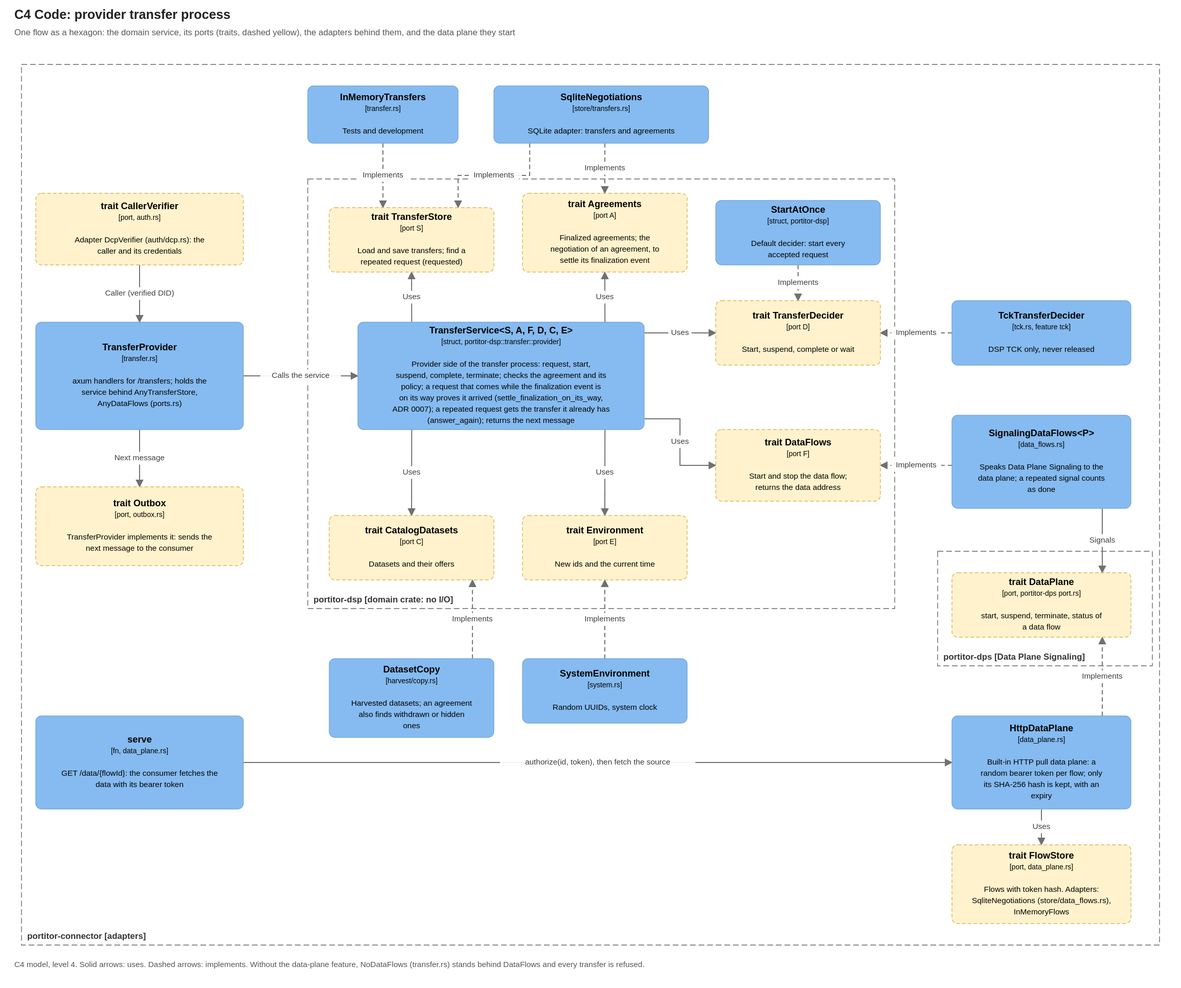
This is docs/diagrams/c4-transfer-code.drawio.svg from brunopacheco1/portitor, a draw.io export, as it was before one commit. Source tidied: cells renumbered, new cells last; positions are measured from the earlier drawing's top-left corner, leaving out a move shared by most shapes.
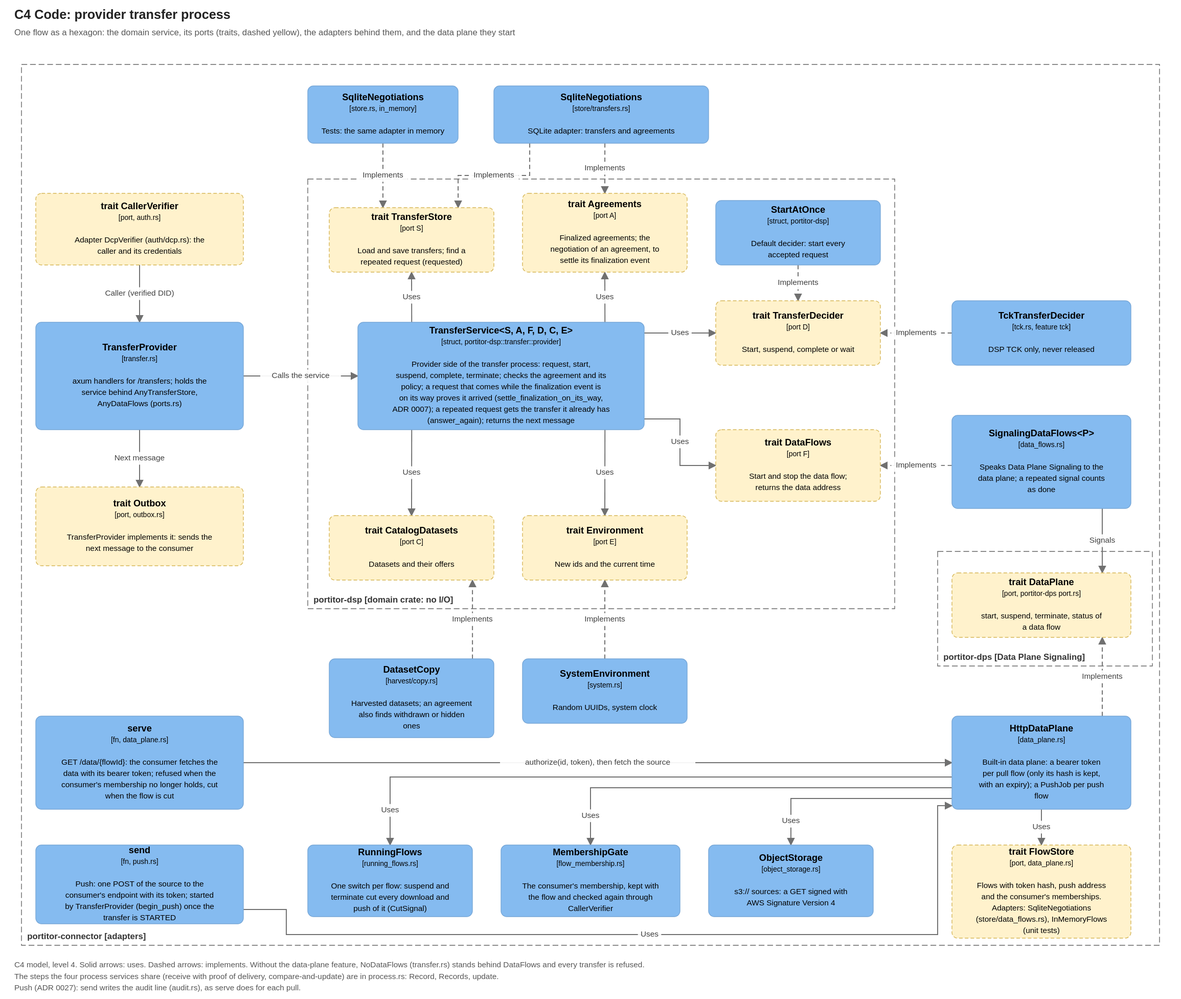
After the commit.

Diff of the diagram source:
```diff
@@ -35,7 +35,7 @@
     <mxCell id="12" value="&lt;b&gt;trait DataFlows&lt;/b&gt;&lt;br&gt;&lt;font style=&quot;font-size:10px&quot;&gt;[port F]&lt;/font&gt;&lt;br&gt;&lt;br&gt;&lt;font style=&quot;font-size:11px&quot;&gt;Start and stop the data flow; returns the data address&lt;/font&gt;" style="rounded=1;arcSize=8;dashed=1;whiteSpace=wrap;html=1;fillColor=#FFF2CC;strokeColor=#D6B656;fontColor=#000000;fontSize=13;align=center;verticalAlign=middle;c4Kind=port;c4Name=trait DataFlows;" parent="1" vertex="1">
       <mxGeometry x="980" y="510" width="230" height="100" as="geometry" />
     </mxCell>
-    <mxCell id="13" value="&lt;b&gt;InMemoryTransfers&lt;/b&gt;&lt;br&gt;&lt;font style=&quot;font-size:10px&quot;&gt;[transfer.rs]&lt;/font&gt;&lt;br&gt;&lt;br&gt;&lt;font style=&quot;font-size:11px&quot;&gt;Tests and development&lt;/font&gt;" style="rounded=1;arcSize=8;whiteSpace=wrap;html=1;fillColor=#85BBF0;strokeColor=#78A8D8;fontColor=#000000;fontSize=13;align=center;verticalAlign=middle;c4Kind=component;c4Name=InMemoryTransfers;" parent="1" vertex="1">
+    <mxCell id="13" value="&lt;b&gt;SqliteNegotiations&lt;/b&gt;&lt;br&gt;&lt;font style=&quot;font-size:10px&quot;&gt;[store.rs, in_memory]&lt;/font&gt;&lt;br&gt;&lt;br&gt;&lt;font style=&quot;font-size:11px&quot;&gt;Tests: the same adapter in memory&lt;/font&gt;" style="rounded=1;arcSize=8;whiteSpace=wrap;html=1;fillColor=#85BBF0;strokeColor=#78A8D8;fontColor=#000000;fontSize=13;align=center;verticalAlign=middle;c4Kind=component;c4Name=SqliteNegotiations;" parent="1" vertex="1">
       <mxGeometry x="410" y="30" width="210" height="80" as="geometry" />
     </mxCell>
     <mxCell id="14" value="&lt;b&gt;SqliteNegotiations&lt;/b&gt;&lt;br&gt;&lt;font style=&quot;font-size:10px&quot;&gt;[store/transfers.rs]&lt;/font&gt;&lt;br&gt;&lt;br&gt;&lt;font style=&quot;font-size:11px&quot;&gt;SQLite adapter: transfers and agreements&lt;/font&gt;" style="rounded=1;arcSize=8;whiteSpace=wrap;html=1;fillColor=#85BBF0;strokeColor=#78A8D8;fontColor=#000000;fontSize=13;align=center;verticalAlign=middle;c4Kind=component;c4Name=SqliteNegotiations;" parent="1" vertex="1">
@@ -56,11 +56,11 @@
     <mxCell id="19" value="&lt;b&gt;trait DataPlane&lt;/b&gt;&lt;br&gt;&lt;font style=&quot;font-size:10px&quot;&gt;[port, portitor-dps port.rs]&lt;/font&gt;&lt;br&gt;&lt;br&gt;&lt;font style=&quot;font-size:11px&quot;&gt;start, suspend, terminate, status of a data flow&lt;/font&gt;" style="rounded=1;arcSize=8;dashed=1;whiteSpace=wrap;html=1;fillColor=#FFF2CC;strokeColor=#D6B656;fontColor=#000000;fontSize=13;align=center;verticalAlign=middle;c4Kind=port;c4Name=trait DataPlane;" parent="1" vertex="1">
       <mxGeometry x="1310" y="710" width="250" height="90" as="geometry" />
     </mxCell>
-    <mxCell id="20" value="&lt;b&gt;HttpDataPlane&lt;/b&gt;&lt;br&gt;&lt;font style=&quot;font-size:10px&quot;&gt;[data_plane.rs]&lt;/font&gt;&lt;br&gt;&lt;br&gt;&lt;font style=&quot;font-size:11px&quot;&gt;Built-in HTTP pull data plane: a random bearer token per flow; only its SHA-256 hash is kept, with an expiry&lt;/font&gt;" style="rounded=1;arcSize=8;whiteSpace=wrap;html=1;fillColor=#85BBF0;strokeColor=#78A8D8;fontColor=#000000;fontSize=13;align=center;verticalAlign=middle;c4Kind=component;c4Name=HttpDataPlane;" parent="1" vertex="1">
+    <mxCell id="20" value="&lt;b&gt;HttpDataPlane&lt;/b&gt;&lt;br&gt;&lt;font style=&quot;font-size:10px&quot;&gt;[data_plane.rs]&lt;/font&gt;&lt;br&gt;&lt;br&gt;&lt;font style=&quot;font-size:11px&quot;&gt;Built-in data plane: a bearer token per pull flow (only its hash is kept, with an expiry); a PushJob per push flow&lt;/font&gt;" style="rounded=1;arcSize=8;whiteSpace=wrap;html=1;fillColor=#85BBF0;strokeColor=#78A8D8;fontColor=#000000;fontSize=13;align=center;verticalAlign=middle;c4Kind=component;c4Name=HttpDataPlane;" parent="1" vertex="1">
       <mxGeometry x="1310" y="910" width="250" height="130" as="geometry" />
     </mxCell>
-    <mxCell id="21" value="&lt;b&gt;trait FlowStore&lt;/b&gt;&lt;br&gt;&lt;font style=&quot;font-size:10px&quot;&gt;[port, data_plane.rs]&lt;/font&gt;&lt;br&gt;&lt;br&gt;&lt;font style=&quot;font-size:11px&quot;&gt;Flows with token hash. Adapters: SqliteNegotiations (store/data_flows.rs), InMemoryFlows&lt;/font&gt;" style="rounded=1;arcSize=8;dashed=1;whiteSpace=wrap;html=1;fillColor=#FFF2CC;strokeColor=#D6B656;fontColor=#000000;fontSize=13;align=center;verticalAlign=middle;c4Kind=port;c4Name=trait FlowStore;" parent="1" vertex="1">
-      <mxGeometry x="1310" y="1090" width="250" height="110" as="geometry" />
+    <mxCell id="21" value="&lt;b&gt;trait FlowStore&lt;/b&gt;&lt;br&gt;&lt;font style=&quot;font-size:10px&quot;&gt;[port, data_plane.rs]&lt;/font&gt;&lt;br&gt;&lt;br&gt;&lt;font style=&quot;font-size:11px&quot;&gt;Flows with token hash, push address and the consumer&amp;#x27;s memberships. Adapters: SqliteNegotiations (store/data_flows.rs), InMemoryFlows (unit tests)&lt;/font&gt;" style="rounded=1;arcSize=8;dashed=1;whiteSpace=wrap;html=1;fillColor=#FFF2CC;strokeColor=#D6B656;fontColor=#000000;fontSize=13;align=center;verticalAlign=middle;c4Kind=port;c4Name=trait FlowStore;" parent="1" vertex="1">
+      <mxGeometry x="1310" y="1090" width="250" height="130" as="geometry" />
     </mxCell>
     <mxCell id="22" value="&lt;b&gt;TransferProvider&lt;/b&gt;&lt;br&gt;&lt;font style=&quot;font-size:10px&quot;&gt;[transfer.rs]&lt;/font&gt;&lt;br&gt;&lt;br&gt;&lt;font style=&quot;font-size:11px&quot;&gt;axum handlers for /transfers; holds the service behind AnyTransferStore, AnyDataFlows (ports.rs)&lt;/font&gt;" style="rounded=1;arcSize=8;whiteSpace=wrap;html=1;fillColor=#85BBF0;strokeColor=#78A8D8;fontColor=#000000;fontSize=13;align=center;verticalAlign=middle;c4Kind=component;c4Name=TransferProvider;" parent="1" vertex="1">
       <mxGeometry x="30" y="360" width="290" height="150" as="geometry" />
@@ -71,7 +71,7 @@
     <mxCell id="24" value="&lt;b&gt;trait Outbox&lt;/b&gt;&lt;br&gt;&lt;font style=&quot;font-size:10px&quot;&gt;[port, outbox.rs]&lt;/font&gt;&lt;br&gt;&lt;br&gt;&lt;font style=&quot;font-size:11px&quot;&gt;TransferProvider implements it: sends the next message to the consumer&lt;/font&gt;" style="rounded=1;arcSize=8;dashed=1;whiteSpace=wrap;html=1;fillColor=#FFF2CC;strokeColor=#D6B656;fontColor=#000000;fontSize=13;align=center;verticalAlign=middle;c4Kind=port;c4Name=trait Outbox;" parent="1" vertex="1">
       <mxGeometry x="30" y="590" width="290" height="110" as="geometry" />
     </mxCell>
-    <mxCell id="25" value="&lt;b&gt;serve&lt;/b&gt;&lt;br&gt;&lt;font style=&quot;font-size:10px&quot;&gt;[fn, data_plane.rs]&lt;/font&gt;&lt;br&gt;&lt;br&gt;&lt;font style=&quot;font-size:11px&quot;&gt;GET /data/{flowId}: the consumer fetches the data with its bearer token&lt;/font&gt;" style="rounded=1;arcSize=8;whiteSpace=wrap;html=1;fillColor=#85BBF0;strokeColor=#78A8D8;fontColor=#000000;fontSize=13;align=center;verticalAlign=middle;c4Kind=component;c4Name=serve;" parent="1" vertex="1">
+    <mxCell id="25" value="&lt;b&gt;serve&lt;/b&gt;&lt;br&gt;&lt;font style=&quot;font-size:10px&quot;&gt;[fn, data_plane.rs]&lt;/font&gt;&lt;br&gt;&lt;br&gt;&lt;font style=&quot;font-size:11px&quot;&gt;GET /data/{flowId}: the consumer fetches the data with its bearer token; refused when the consumer&amp;#x27;s membership no longer holds, cut when the flow is cut&lt;/font&gt;" style="rounded=1;arcSize=8;whiteSpace=wrap;html=1;fillColor=#85BBF0;strokeColor=#78A8D8;fontColor=#000000;fontSize=13;align=center;verticalAlign=middle;c4Kind=component;c4Name=serve;" parent="1" vertex="1">
       <mxGeometry x="30" y="910" width="290" height="130" as="geometry" />
     </mxCell>
     <mxCell id="26" value="Calls the service" style="endArrow=blockThin;endFill=1;html=1;rounded=0;strokeColor=#707070;fontSize=11;fontColor=#404040;labelBackgroundColor=#FFFFFF;exitX=1.000;exitY=0.500;exitPerimeter=0;entryX=0.000;entryY=0.500;entryPerimeter=0;" parent="1" edge="1" source="22" target="5">
@@ -147,8 +147,51 @@
     <mxCell id="46" value="Implements" style="endArrow=blockThin;endFill=1;html=1;rounded=0;strokeColor=#707070;fontSize=11;fontColor=#404040;labelBackgroundColor=#FFFFFF;dashed=1;exitX=0.840;exitY=0.000;exitPerimeter=0;entryX=0.840;entryY=1.000;entryPerimeter=0;" parent="1" edge="1" source="20" target="19">
       <mxGeometry relative="1" as="geometry" />
     </mxCell>
-    <mxCell id="47" value="C4 model, level 4. Solid arrows: uses. Dashed arrows: implements. Without the data-plane feature, NoDataFlows (transfer.rs) stands behind DataFlows and every transfer is refused." style="text;html=1;align=left;verticalAlign=top;fontSize=11;fontColor=#555555;whiteSpace=wrap;" parent="1" vertex="1">
+    <mxCell id="47" value="C4 model, level 4. Solid arrows: uses. Dashed arrows: implements. Without the data-plane feature, NoDataFlows (transfer.rs) stands behind DataFlows and every transfer is refused. The steps the four process services share (receive with proof of delivery, compare-and-update) are in process.rs: Record, Records, update. Push (ADR 0027): send writes the audit line (audit.rs), as serve does for each pull." style="text;html=1;align=left;verticalAlign=top;fontSize=11;fontColor=#555555;whiteSpace=wrap;" parent="1" vertex="1">
       <mxGeometry y="1240" width="1610" height="40" as="geometry" />
     </mxCell>
+    <mxCell id="48" value="&lt;b&gt;RunningFlows&lt;/b&gt;&lt;br&gt;&lt;font style=&quot;font-size:10px&quot;&gt;[running_flows.rs]&lt;/font&gt;&lt;br&gt;&lt;br&gt;&lt;font style=&quot;font-size:11px&quot;&gt;One switch per flow: suspend and terminate cut every download and push of it (CutSignal)&lt;/font&gt;" style="rounded=1;arcSize=8;whiteSpace=wrap;html=1;fillColor=#85BBF0;strokeColor=#78A8D8;fontColor=#000000;fontSize=13;align=center;verticalAlign=middle;c4Kind=component;c4Name=RunningFlows;" parent="1" vertex="1">
+      <mxGeometry x="410" y="1090" width="230" height="100" as="geometry" />
+    </mxCell>
+    <mxCell id="49" value="&lt;b&gt;MembershipGate&lt;/b&gt;&lt;br&gt;&lt;font style=&quot;font-size:10px&quot;&gt;[flow_membership.rs]&lt;/font&gt;&lt;br&gt;&lt;br&gt;&lt;font style=&quot;font-size:11px&quot;&gt;The consumer&amp;#x27;s membership, kept with the flow and checked again through CallerVerifier&lt;/font&gt;" style="rounded=1;arcSize=8;whiteSpace=wrap;html=1;fillColor=#85BBF0;strokeColor=#78A8D8;fontColor=#000000;fontSize=13;align=center;verticalAlign=middle;c4Kind=component;c4Name=MembershipGate;" parent="1" vertex="1">
+      <mxGeometry x="680" y="1090" width="250" height="100" as="geometry" />
+    </mxCell>
+    <mxCell id="50" value="&lt;b&gt;ObjectStorage&lt;/b&gt;&lt;br&gt;&lt;font style=&quot;font-size:10px&quot;&gt;[object_storage.rs]&lt;/font&gt;&lt;br&gt;&lt;br&gt;&lt;font style=&quot;font-size:11px&quot;&gt;s3:// sources: a GET signed with AWS Signature Version 4&lt;/font&gt;" style="rounded=1;arcSize=8;whiteSpace=wrap;html=1;fillColor=#85BBF0;strokeColor=#78A8D8;fontColor=#000000;fontSize=13;align=center;verticalAlign=middle;c4Kind=component;c4Name=ObjectStorage;" parent="1" vertex="1">
+      <mxGeometry x="970" y="1090" width="230" height="100" as="geometry" />
+    </mxCell>
+    <mxCell id="51" value="&lt;b&gt;send&lt;/b&gt;&lt;br&gt;&lt;font style=&quot;font-size:10px&quot;&gt;[fn, push.rs]&lt;/font&gt;&lt;br&gt;&lt;br&gt;&lt;font style=&quot;font-size:11px&quot;&gt;Push: one POST of the source to the consumer&amp;#x27;s endpoint with its token; started by TransferProvider (begin_push) once the transfer is STARTED&lt;/font&gt;" style="rounded=1;arcSize=8;whiteSpace=wrap;html=1;fillColor=#85BBF0;strokeColor=#78A8D8;fontColor=#000000;fontSize=13;align=center;verticalAlign=middle;c4Kind=component;c4Name=send;" parent="1" vertex="1">
+      <mxGeometry x="30" y="1090" width="290" height="110" as="geometry" />
+    </mxCell>
+    <mxCell id="52" value="Uses" style="endArrow=blockThin;endFill=1;html=1;rounded=0;strokeColor=#707070;fontSize=11;fontColor=#404040;labelBackgroundColor=#FFFFFF;exitX=0.000;exitY=0.654;exitPerimeter=0;entryX=0.500;entryY=0.000;entryPerimeter=0;" parent="1" edge="1" source="20" target="48">
+      <mxGeometry x="0.89" relative="1" as="geometry">
+        <Array as="points">
+          <mxPoint x="525" y="995" />
+        </Array>
+      </mxGeometry>
+    </mxCell>
+    <mxCell id="53" value="Uses" style="endArrow=blockThin;endFill=1;html=1;rounded=0;strokeColor=#707070;fontSize=11;fontColor=#404040;labelBackgroundColor=#FFFFFF;exitX=0.000;exitY=0.769;exitPerimeter=0;entryX=0.500;entryY=0.000;entryPerimeter=0;" parent="1" edge="1" source="20" target="49">
+      <mxGeometry x="0.86" relative="1" as="geometry">
+        <Array as="points">
+          <mxPoint x="805" y="1010" />
+        </Array>
+      </mxGeometry>
+    </mxCell>
+    <mxCell id="54" value="Uses" style="endArrow=blockThin;endFill=1;html=1;rounded=0;strokeColor=#707070;fontSize=11;fontColor=#404040;labelBackgroundColor=#FFFFFF;exitX=0.000;exitY=0.885;exitPerimeter=0;entryX=0.500;entryY=0.000;entryPerimeter=0;" parent="1" edge="1" source="20" target="50">
+      <mxGeometry x="0.77" relative="1" as="geometry">
+        <Array as="points">
+          <mxPoint x="1085" y="1025" />
+        </Array>
+      </mxGeometry>
+    </mxCell>
+    <mxCell id="55" value="Uses" style="endArrow=blockThin;endFill=1;html=1;rounded=0;strokeColor=#707070;fontSize=11;fontColor=#404040;labelBackgroundColor=#FFFFFF;exitX=1.000;exitY=0.818;exitPerimeter=0;entryX=0.000;entryY=0.962;entryPerimeter=0;" parent="1" edge="1" source="51" target="20">
+      <mxGeometry relative="1" as="geometry">
+        <Array as="points">
+          <mxPoint x="380" y="1180" />
+          <mxPoint x="380" y="1215" />
+          <mxPoint x="1290" y="1215" />
+          <mxPoint x="1290" y="1035" />
+        </Array>
+      </mxGeometry>
+    </mxCell>
   </root>
 </mxGraphModel>
```
